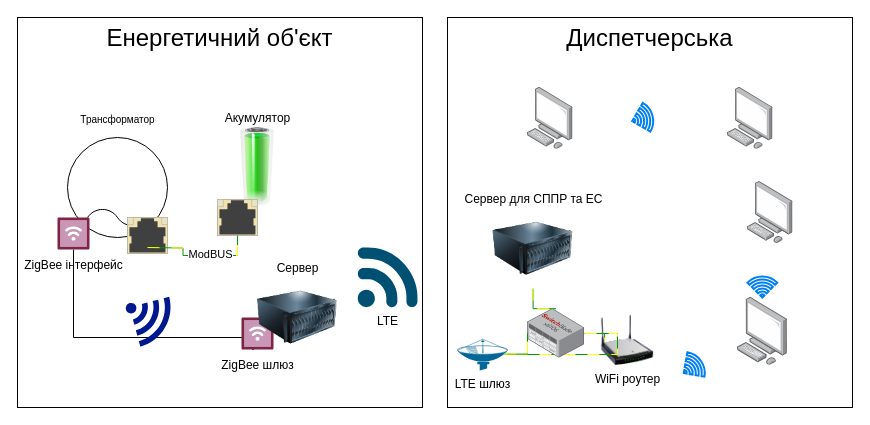
Earlier version of the draw.io diagram Untitled Diagram.drawio (Punkoivan/linkedin). Source tidied: cells renumbered, new cells numbered last; positions are measured from the earlier drawing's top-left corner, leaving out a move shared by most shapes. Both pictures are drawn from the tidied source at 100%, with x=0, y=0 at pixel (17, 17).
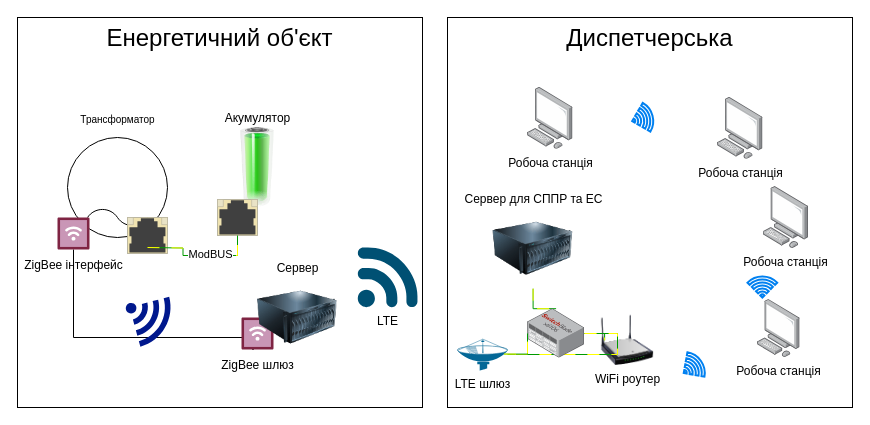
The same page after the edit.

Change to the diagram source:
```diff
@@
-    <mxCell id="16" style="image;html=1;align=center;shadow=0;dashed=0;image=img/lib/allied_telesis/computer_and_terminals/Personal_Computer.svg;" parent="1" vertex="1">
+    <mxCell id="16" value="Робоча станція" style="image;html=1;align=center;shadow=0;dashed=0;image=img/lib/allied_telesis/computer_and_terminals/Personal_Computer.svg;" parent="1" vertex="1">
       <mxGeometry x="510" y="70" width="45.6" height="61.8" as="geometry" />
     </mxCell>
-    <mxCell id="17" style="image;html=1;align=center;shadow=0;dashed=0;image=img/lib/allied_telesis/computer_and_terminals/Personal_Computer.svg;" parent="1" vertex="1">
-      <mxGeometry x="710" y="70" width="45.6" height="61.8" as="geometry" />
-    </mxCell>
-    <mxCell id="18" style="image;html=1;align=center;shadow=0;dashed=0;image=img/lib/allied_telesis/computer_and_terminals/Personal_Computer.svg;" parent="1" vertex="1">
-      <mxGeometry x="730" y="164.1" width="45.6" height="61.8" as="geometry" />
-    </mxCell>
-    <mxCell id="19" style="image;html=1;align=center;shadow=0;dashed=0;image=img/lib/allied_telesis/computer_and_terminals/Personal_Computer.svg;" parent="1" vertex="1">
-      <mxGeometry x="720" y="280" width="50" height="67.8" as="geometry" />
-    </mxCell>
@@
+    <mxCell id="31" value="Робоча станція" style="image;html=1;align=center;shadow=0;dashed=0;image=img/lib/allied_telesis/computer_and_terminals/Personal_Computer.svg;" parent="1" vertex="1">
+      <mxGeometry x="700" y="80" width="45.6" height="61.8" as="geometry" />
+    </mxCell>
+    <mxCell id="32" value="Робоча станція" style="image;html=1;align=center;shadow=0;dashed=0;image=img/lib/allied_telesis/computer_and_terminals/Personal_Computer.svg;" parent="1" vertex="1">
+      <mxGeometry x="740" y="282.1" width="42.7" height="57.9" as="geometry" />
+    </mxCell>
+    <mxCell id="33" value="Робоча станція" style="image;html=1;align=center;shadow=0;dashed=0;image=img/lib/allied_telesis/computer_and_terminals/Personal_Computer.svg;" parent="1" vertex="1">
+      <mxGeometry x="745.6" y="169.1" width="45.6" height="61.8" as="geometry" />
+    </mxCell>
```
